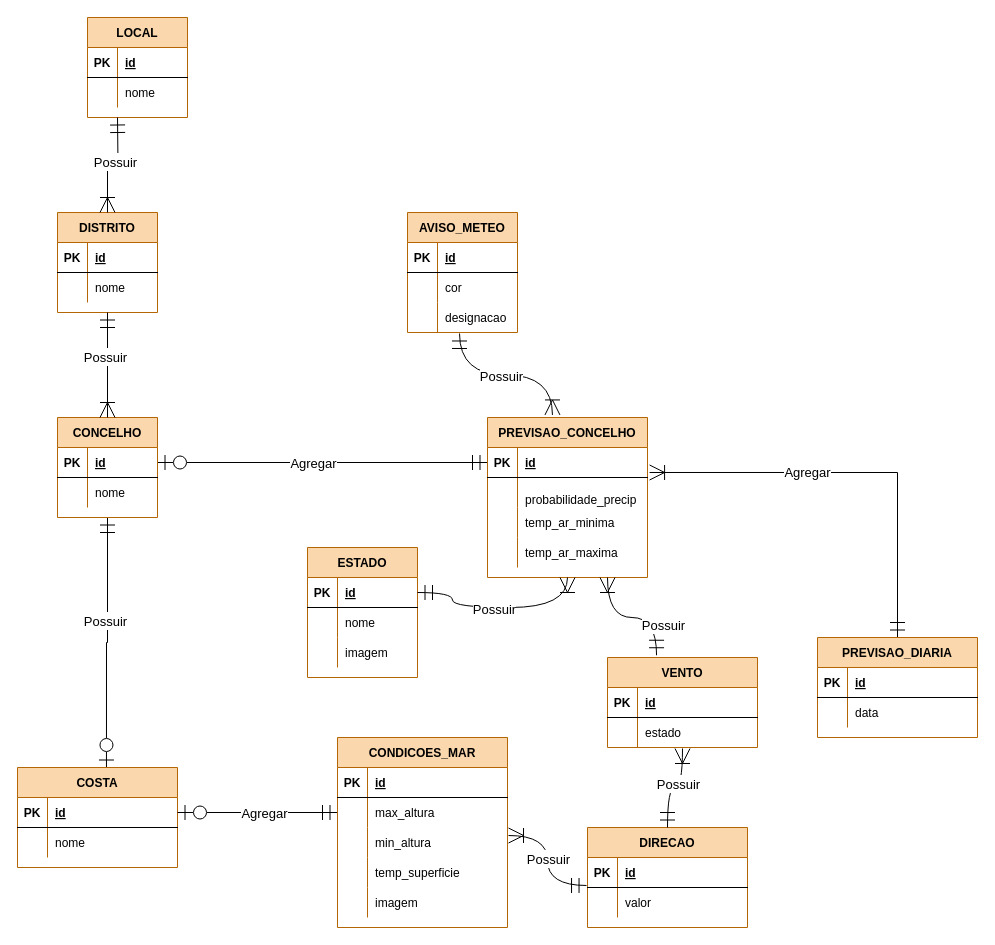
Before: Modelacao2.drawio in Academcis/BaseDeDados-Modelacao, a draw.io diagram. Source tidied: cells renumbered, new cells numbered last; positions are measured from the earlier drawing's top-left corner, leaving out a move shared by most shapes. Both pictures are drawn from the tidied source at 100%, with x=0, y=0 at pixel (17, 17).
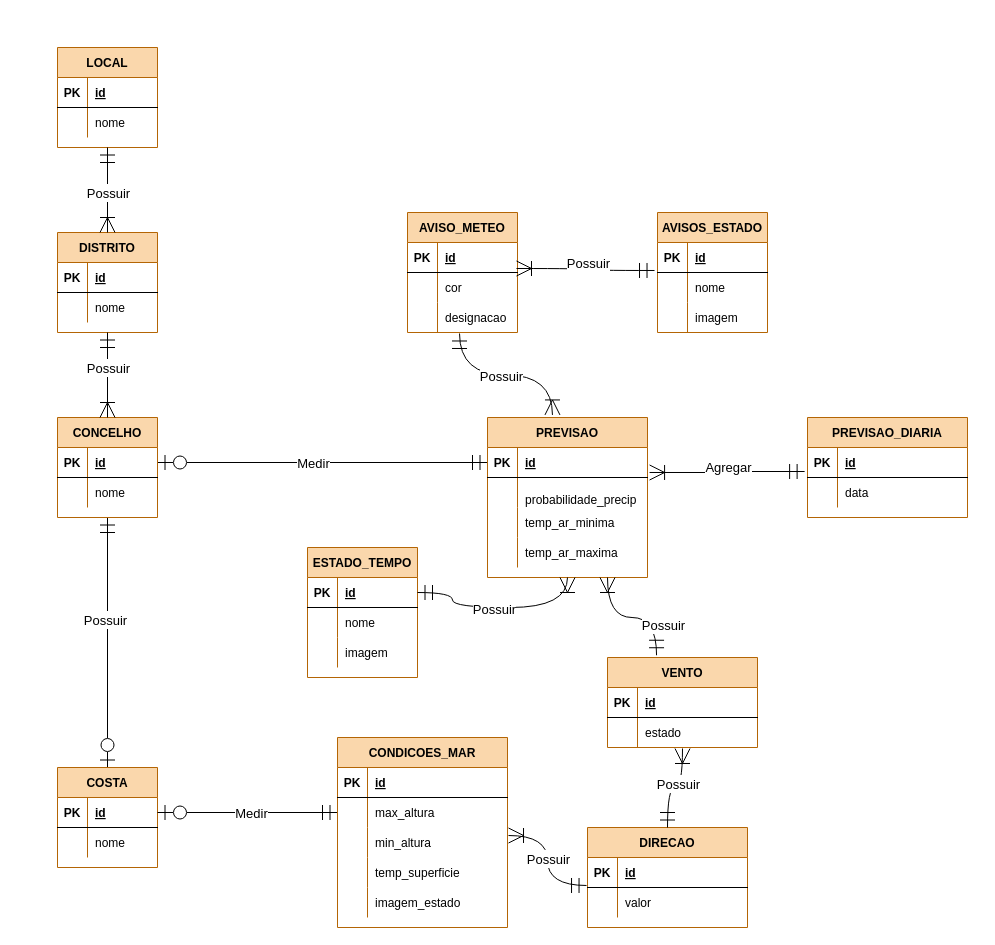
Above is the later version.

Unchanged cells that the change refers to:
```xml
<mxCell id="5" style="shape=partialRectangle;fillColor=none;points=[[0,0.5],[1,0.5]];portConstraint=eastwest;top=0;left=0;right=0;bottom=1;" parent="4" vertex="1">
  <mxGeometry y="30" width="110" height="30" as="geometry" />
</mxCell>
<mxCell id="23" style="edgeStyle=orthogonalEdgeStyle;rounded=0;jettySize=auto;html=1;fontSize=13;startArrow=ERmandOne;startFill=0;endArrow=ERzeroToOne;endFill=0;startSize=13;endSize=13;targetPerimeterSpacing=0;strokeWidth=1;entryX=1;entryY=0.5;entryDx=0;entryDy=0;exitX=0;exitY=0.5;exitDx=0;exitDy=0;" parent="1" edge="1" source="26" target="58">
  <mxGeometry relative="1" as="geometry" />
</mxCell>
<mxCell id="29" style="shape=partialRectangle;fillColor=none;points=[[0,0.5],[1,0.5]];portConstraint=eastwest;top=0;left=0;right=0;bottom=0;" parent="25" vertex="1">
  <mxGeometry y="60" width="160" height="30" as="geometry" />
</mxCell>
<mxCell id="45" style="edgeStyle=orthogonalEdgeStyle;rounded=0;jettySize=auto;html=1;fontSize=13;startArrow=ERzeroToOne;startFill=0;endArrow=ERmandOne;endFill=0;startSize=13;endSize=13;targetPerimeterSpacing=0;strokeWidth=1;entryX=0;entryY=0.5;entryDx=0;entryDy=0;" parent="1" edge="1" source="39" target="90">
  <mxGeometry relative="1" as="geometry" />
</mxCell>
<mxCell id="57" value="CONCELHO" style="shape=table;startSize=30;childLayout=tableLayout;rowLines=0;fontStyle=1;align=center;fillColor=#fad7ac;strokeColor=#b46504;" parent="1" vertex="1">
  <mxGeometry x="40" y="400" width="100" height="100" as="geometry" />
</mxCell>
<mxCell id="64" style="edgeStyle=orthogonalEdgeStyle;rounded=0;jettySize=auto;html=1;entryX=0.5;entryY=0;entryDx=0;entryDy=0;fontSize=15;startArrow=ERmandOne;startFill=0;endArrow=ERoneToMany;endFill=0;startSize=13;endSize=13;targetPerimeterSpacing=0;strokeWidth=1;exitX=0.5;exitY=1;exitDx=0;exitDy=0;" parent="1" edge="1" source="16" target="57">
  <mxGeometry relative="1" as="geometry" />
</mxCell>
<mxCell id="69" style="shape=partialRectangle;fillColor=none;points=[[0,0.5],[1,0.5]];portConstraint=eastwest;top=0;left=0;right=0;bottom=1;" parent="68" vertex="1">
  <mxGeometry y="30" width="160" height="30" as="geometry" />
</mxCell>
<mxCell id="99" style="shape=partialRectangle;fillColor=none;top=0;left=0;right=0;bottom=0;" parent="86" vertex="1">
  <mxGeometry y="150" width="170" height="30" as="geometry" />
</mxCell>
```

What changed in the source:
```diff
@@
-    <mxCell id="14" style="edgeStyle=orthogonalEdgeStyle;rounded=0;jettySize=auto;html=1;entryX=0.556;entryY=0;entryDx=0;entryDy=0;entryPerimeter=0;fontSize=15;startArrow=ERmandOne;startFill=0;endArrow=ERzeroToOne;endFill=0;startSize=13;endSize=13;targetPerimeterSpacing=0;strokeWidth=1;exitX=0.5;exitY=1;exitDx=0;exitDy=0;" parent="1" edge="1" source="57" target="38">
+    <mxCell id="14" style="edgeStyle=orthogonalEdgeStyle;rounded=0;jettySize=auto;html=1;entryX=0.5;entryY=0;entryDx=0;entryDy=0;fontSize=15;startArrow=ERmandOne;startFill=0;endArrow=ERzeroToOne;endFill=0;startSize=13;endSize=13;targetPerimeterSpacing=0;strokeWidth=1;exitX=0.5;exitY=1;exitDx=0;exitDy=0;" parent="1" edge="1" source="57" target="38">
       <mxGeometry relative="1" as="geometry" />
     </mxCell>
@@
     <mxCell id="16" value="DISTRITO" style="shape=table;startSize=30;childLayout=tableLayout;rowLines=0;fontStyle=1;align=center;fillColor=#fad7ac;strokeColor=#b46504;" parent="1" vertex="1">
-      <mxGeometry x="40" y="195" width="100" height="100" as="geometry" />
+      <mxGeometry x="40" y="215" width="100" height="100" as="geometry" />
     </mxCell>
@@
-    <mxCell id="24" value="Agregar" style="edgeLabel;html=1;align=center;verticalAlign=middle;fontSize=13;" parent="23" vertex="1">
+    <mxCell id="24" value="Medir" style="edgeLabel;html=1;align=center;verticalAlign=middle;fontSize=13;" parent="23" vertex="1">
       <mxGeometry x="0.12" relative="1" as="geometry">
         <mxPoint x="10" as="offset" />
       </mxGeometry>
     </mxCell>
-    <mxCell id="25" value="PREVISAO_CONCELHO" style="shape=table;startSize=30;childLayout=tableLayout;rowLines=0;fontStyle=1;align=center;fillColor=#fad7ac;strokeColor=#b46504;" parent="1" vertex="1">
+    <mxCell id="25" value="PREVISAO" style="shape=table;startSize=30;childLayout=tableLayout;rowLines=0;fontStyle=1;align=center;fillColor=#fad7ac;strokeColor=#b46504;" parent="1" vertex="1">
       <mxGeometry x="470" y="400" width="160" height="160" as="geometry" />
     </mxCell>
@@
     <mxCell id="38" value="COSTA" style="shape=table;startSize=30;childLayout=tableLayout;rowLines=0;fontStyle=1;align=center;fillColor=#fad7ac;strokeColor=#b46504;" parent="1" vertex="1">
-      <mxGeometry y="750" width="160" height="100" as="geometry" />
+      <mxGeometry x="40" y="750" width="100" height="100" as="geometry" />
     </mxCell>
     <mxCell id="39" style="shape=partialRectangle;fillColor=none;points=[[0,0.5],[1,0.5]];portConstraint=eastwest;top=0;left=0;right=0;bottom=1;" parent="38" vertex="1">
-      <mxGeometry y="30" width="160" height="30" as="geometry" />
+      <mxGeometry y="30" width="100" height="30" as="geometry" />
     </mxCell>
@@
     <mxCell id="41" value="id" style="shape=partialRectangle;overflow=hidden;fillColor=none;top=0;left=0;bottom=0;right=0;align=left;spacingLeft=6;fontStyle=5;" parent="39" vertex="1">
-      <mxGeometry x="30" width="130" height="30" as="geometry" />
+      <mxGeometry x="30" width="70" height="30" as="geometry" />
     </mxCell>
     <mxCell id="42" style="shape=partialRectangle;fillColor=none;top=0;left=0;right=0;bottom=0;" parent="38" vertex="1">
-      <mxGeometry y="60" width="160" height="30" as="geometry" />
+      <mxGeometry y="60" width="100" height="30" as="geometry" />
     </mxCell>
@@
     <mxCell id="44" value="nome" style="shape=partialRectangle;overflow=hidden;fillColor=none;top=0;left=0;bottom=0;right=0;align=left;spacingLeft=6;" parent="42" vertex="1">
-      <mxGeometry x="30" width="130" height="30" as="geometry" />
+      <mxGeometry x="30" width="70" height="30" as="geometry" />
     </mxCell>
@@
-    <mxCell id="46" value="Agregar" style="edgeLabel;html=1;align=center;verticalAlign=middle;fontSize=13;" parent="45" vertex="1">
+    <mxCell id="46" value="Medir" style="edgeLabel;html=1;align=center;verticalAlign=middle;fontSize=13;" parent="45" vertex="1">
       <mxGeometry x="-0.3" y="2" relative="1" as="geometry">
         <mxPoint x="30" y="2" as="offset" />
       </mxGeometry>
     </mxCell>
-    <mxCell id="47" value="ESTADO" style="shape=table;startSize=30;childLayout=tableLayout;rowLines=0;fontStyle=1;align=center;fillColor=#fad7ac;strokeColor=#b46504;" parent="1" vertex="1">
+    <mxCell id="47" value="ESTADO_TEMPO" style="shape=table;startSize=30;childLayout=tableLayout;rowLines=0;fontStyle=1;align=center;fillColor=#fad7ac;strokeColor=#b46504;" parent="1" vertex="1">
       <mxGeometry x="290" y="530" width="110" height="130" as="geometry" />
     </mxCell>
@@
     <mxCell id="65" value="&lt;font style=&quot;font-size: 13px&quot;&gt;Possuir&lt;/font&gt;" style="edgeLabel;html=1;align=center;verticalAlign=middle;fontSize=15;" parent="64" vertex="1">
-      <mxGeometry x="-0.19" y="-3" relative="1" as="geometry" />
+      <mxGeometry x="-0.19" y="-3" relative="1" as="geometry">
+        <mxPoint x="3" as="offset" />
+      </mxGeometry>
     </mxCell>
-    <mxCell id="66" style="edgeStyle=orthogonalEdgeStyle;jettySize=auto;html=1;entryX=1.013;entryY=-0.167;entryDx=0;entryDy=0;entryPerimeter=0;endArrow=ERoneToMany;endFill=0;strokeColor=default;rounded=0;startArrow=ERmandOne;startFill=0;endSize=13;startSize=13;" parent="1" edge="1" source="68" target="29">
+    <mxCell id="66" style="edgeStyle=orthogonalEdgeStyle;jettySize=auto;html=1;entryX=1.013;entryY=-0.167;entryDx=0;entryDy=0;entryPerimeter=0;endArrow=ERoneToMany;endFill=0;strokeColor=default;rounded=0;startArrow=ERmandOne;startFill=0;endSize=13;startSize=13;exitX=-0.018;exitY=0.8;exitDx=0;exitDy=0;exitPerimeter=0;" parent="1" edge="1" source="69" target="29">
       <mxGeometry relative="1" as="geometry" />
     </mxCell>
     <mxCell id="67" value="&lt;font style=&quot;font-size: 13px&quot;&gt;Agregar&lt;/font&gt;" style="edgeLabel;html=1;align=center;verticalAlign=middle;" parent="66" vertex="1">
-      <mxGeometry x="0.24" relative="1" as="geometry" />
+      <mxGeometry x="0.24" relative="1" as="geometry">
+        <mxPoint x="19" y="-5" as="offset" />
+      </mxGeometry>
     </mxCell>
     <mxCell id="68" value="PREVISAO_DIARIA" style="shape=table;startSize=30;childLayout=tableLayout;rowLines=0;fontStyle=1;align=center;fillColor=#fad7ac;strokeColor=#b46504;" parent="1" vertex="1">
-      <mxGeometry x="800" y="620" width="160" height="100" as="geometry" />
+      <mxGeometry x="790" y="400" width="160" height="100" as="geometry" />
     </mxCell>
@@
-    <mxCell id="101" value="imagem" style="shape=partialRectangle;overflow=hidden;fillColor=none;top=0;left=0;bottom=0;right=0;align=left;spacingLeft=6;" parent="99" vertex="1">
+    <mxCell id="101" value="imagem_estado" style="shape=partialRectangle;overflow=hidden;fillColor=none;top=0;left=0;bottom=0;right=0;align=left;spacingLeft=6;" parent="99" vertex="1">
       <mxGeometry x="30" width="140" height="30" as="geometry" />
     </mxCell>
     <mxCell id="102" value="LOCAL" style="shape=table;startSize=30;childLayout=tableLayout;rowLines=0;fontStyle=1;align=center;fillColor=#fad7ac;strokeColor=#b46504;" parent="1" vertex="1">
-      <mxGeometry x="70" width="100" height="100" as="geometry" />
+      <mxGeometry x="40" y="30" width="100" height="100" as="geometry" />
     </mxCell>
@@
-    <mxCell id="109" style="edgeStyle=orthogonalEdgeStyle;rounded=0;jettySize=auto;html=1;entryX=0.5;entryY=0;entryDx=0;entryDy=0;fontSize=15;startArrow=ERmandOne;startFill=0;endArrow=ERoneToMany;endFill=0;startSize=13;endSize=13;targetPerimeterSpacing=0;strokeWidth=1;" parent="1" edge="1" target="16">
-      <mxGeometry relative="1" as="geometry">
-        <mxPoint x="100" y="100" as="sourcePoint" />
-      </mxGeometry>
+    <mxCell id="109" style="edgeStyle=orthogonalEdgeStyle;rounded=0;jettySize=auto;html=1;entryX=0.5;entryY=0;entryDx=0;entryDy=0;fontSize=15;startArrow=ERmandOne;startFill=0;endArrow=ERoneToMany;endFill=0;startSize=13;endSize=13;targetPerimeterSpacing=0;strokeWidth=1;" parent="1" edge="1" source="102" target="16">
+      <mxGeometry relative="1" as="geometry" />
     </mxCell>
     <mxCell id="110" value="&lt;font style=&quot;font-size: 13px&quot;&gt;Possuir&lt;/font&gt;" style="edgeLabel;html=1;align=center;verticalAlign=middle;fontSize=15;" parent="109" vertex="1">
-      <mxGeometry x="-0.19" y="-3" relative="1" as="geometry" />
+      <mxGeometry x="-0.19" y="-3" relative="1" as="geometry">
+        <mxPoint x="3" y="10" as="offset" />
+      </mxGeometry>
     </mxCell>
@@
+    <mxCell id="122" value="AVISOS_ESTADO" style="shape=table;startSize=30;childLayout=tableLayout;rowLines=0;fontStyle=1;align=center;fillColor=#fad7ac;strokeColor=#b46504;" parent="1" vertex="1">
+      <mxGeometry x="640" y="195" width="110" height="120" as="geometry" />
+    </mxCell>
+    <mxCell id="123" style="shape=partialRectangle;fillColor=none;top=0;left=0;right=0;bottom=1;" parent="122" vertex="1">
+      <mxGeometry y="30" width="110" height="30" as="geometry" />
+    </mxCell>
+    <mxCell id="124" value="PK" style="shape=partialRectangle;overflow=hidden;fillColor=none;top=0;left=0;bottom=0;right=0;fontStyle=1;" parent="123" vertex="1">
+      <mxGeometry width="30" height="30" as="geometry" />
+    </mxCell>
+    <mxCell id="125" value="id" style="shape=partialRectangle;overflow=hidden;fillColor=none;top=0;left=0;bottom=0;right=0;align=left;spacingLeft=6;fontStyle=5;" parent="123" vertex="1">
+      <mxGeometry x="30" width="80" height="30" as="geometry" />
+    </mxCell>
+    <mxCell id="126" style="shape=partialRectangle;fillColor=none;points=[[0,0.5],[1,0.5]];portConstraint=eastwest;top=0;left=0;right=0;bottom=0;" parent="122" vertex="1">
+      <mxGeometry y="60" width="110" height="30" as="geometry" />
+    </mxCell>
+    <mxCell id="127" style="shape=partialRectangle;overflow=hidden;fillColor=none;top=0;left=0;bottom=0;right=0;" parent="126" vertex="1">
+      <mxGeometry width="30" height="30" as="geometry" />
+    </mxCell>
+    <mxCell id="128" value="nome" style="shape=partialRectangle;overflow=hidden;fillColor=none;top=0;left=0;bottom=0;right=0;align=left;spacingLeft=6;" parent="126" vertex="1">
+      <mxGeometry x="30" width="80" height="30" as="geometry" />
+    </mxCell>
+    <mxCell id="129" style="shape=partialRectangle;fillColor=none;top=0;left=0;right=0;bottom=0;" parent="122" vertex="1">
+      <mxGeometry y="90" width="110" height="30" as="geometry" />
+    </mxCell>
+    <mxCell id="130" style="shape=partialRectangle;overflow=hidden;fillColor=none;top=0;left=0;bottom=0;right=0;" parent="129" vertex="1">
+      <mxGeometry width="30" height="30" as="geometry" />
+    </mxCell>
+    <mxCell id="131" value="imagem" style="shape=partialRectangle;overflow=hidden;fillColor=none;top=0;left=0;bottom=0;right=0;align=left;spacingLeft=6;" parent="129" vertex="1">
+      <mxGeometry x="30" width="80" height="30" as="geometry" />
+    </mxCell>
+    <mxCell id="132" style="edgeStyle=orthogonalEdgeStyle;jettySize=auto;html=1;fontSize=15;startArrow=ERmandOne;startFill=0;endArrow=ERoneToMany;endFill=0;startSize=13;endSize=13;targetPerimeterSpacing=0;strokeWidth=1;strokeColor=default;curved=1;exitX=-0.027;exitY=-0.067;exitDx=0;exitDy=0;entryX=0.991;entryY=0.867;entryDx=0;entryDy=0;exitPerimeter=0;entryPerimeter=0;" parent="1" edge="1" source="126" target="5">
+      <mxGeometry relative="1" as="geometry" />
+    </mxCell>
+    <mxCell id="133" value="&lt;font style=&quot;font-size: 13px&quot;&gt;Possuir&lt;/font&gt;" style="edgeLabel;html=1;align=center;verticalAlign=middle;fontSize=15;" parent="132" vertex="1">
+      <mxGeometry x="-0.24" y="3" relative="1" as="geometry">
+        <mxPoint x="-14" y="-11" as="offset" />
+      </mxGeometry>
+    </mxCell>
```
